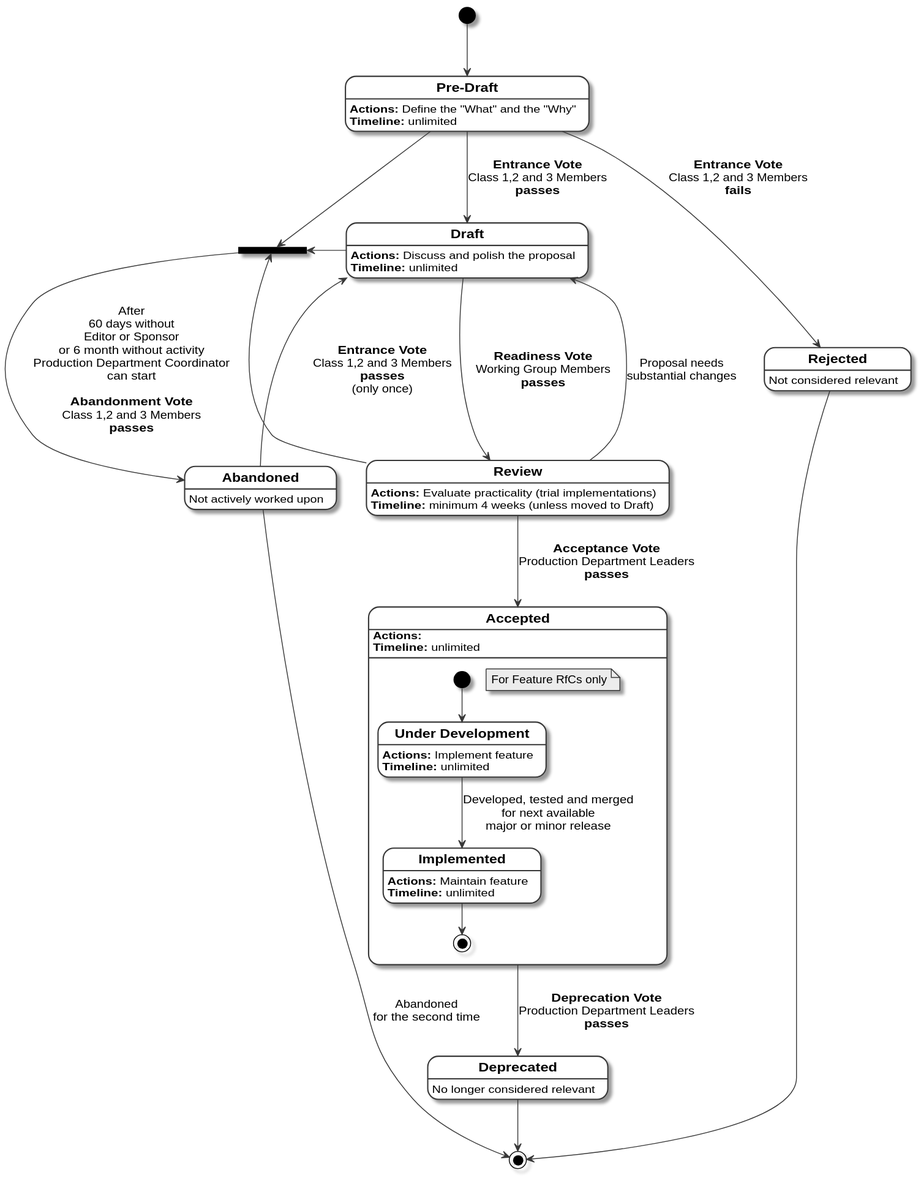
This is proposed/assets/rfc_workflow.svg from joomla/rfc, a PlantUML export, as it was before one commit.
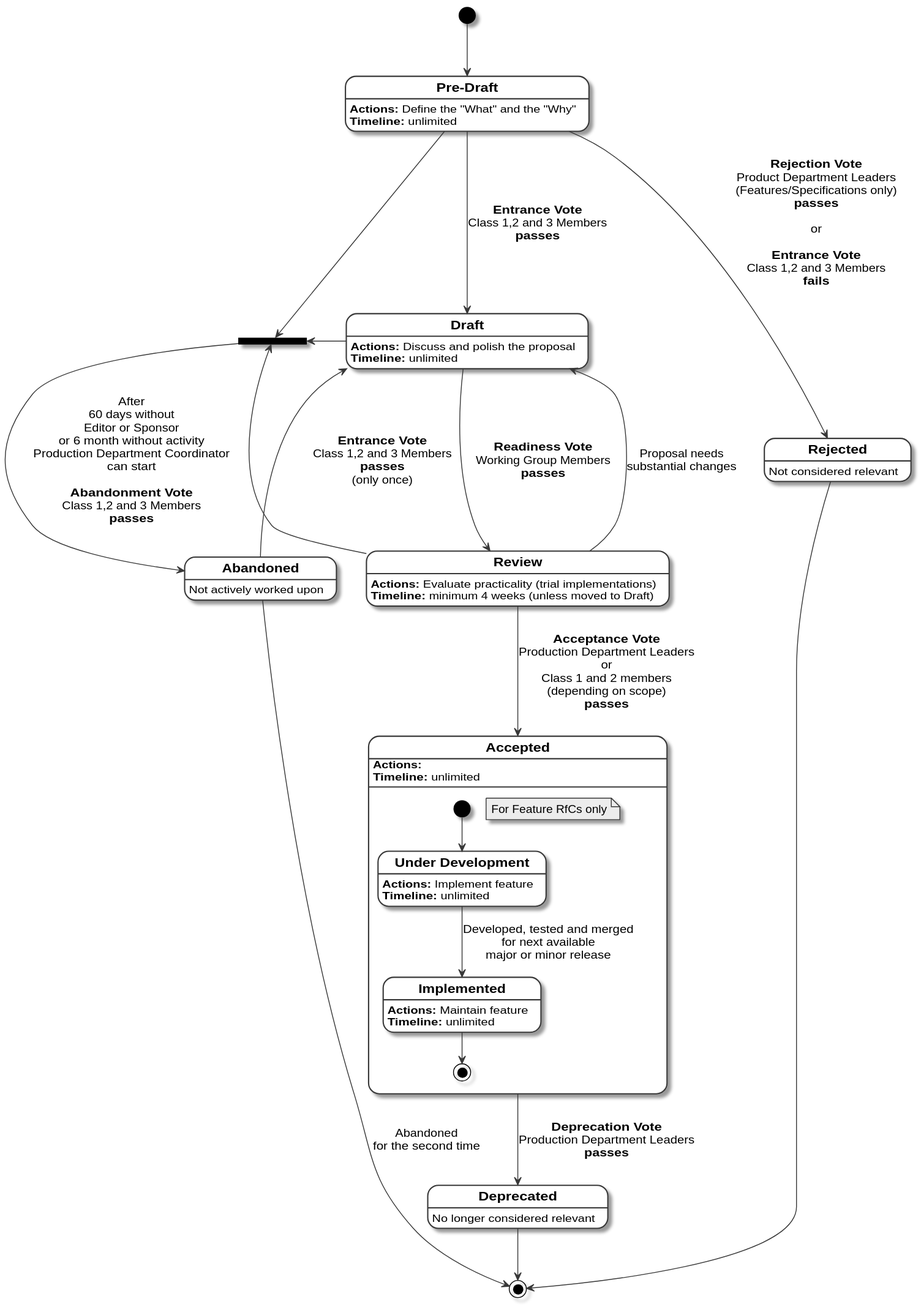
Later version of the same file.

Commit message:
Added Rejection Vote as an entrance barrier

What changed in the source:
```diff
@@ -45,12 +45,12 @@
 
 
 PreDraft --> Draft: **Entrance Vote**\nClass 1,2 and 3 Members\n**passes**
-PreDraft --> Rejected: **Entrance Vote**\nClass 1,2 and 3 Members\n**fails**
+PreDraft --> Rejected: **Rejection Vote**\nProduct Department Leaders\n(Features/Specifications only)\n**passes**\n\nor\n\n**Entrance Vote**\nClass 1,2 and 3 Members\n**fails**
 
 Draft --> Review: **Readiness Vote**\nWorking Group Members\n**passes**
 
 Review --> Draft: Proposal needs\nsubstantial changes
-Review --> Accepted: **Acceptance Vote**\nProduction Department Leaders\n**passes**
+Review --> Accepted: **Acceptance Vote**\nProduction Department Leaders\nor\nClass 1 and 2 members\n(depending on scope)\n**passes**
 
 Accepted --> Deprecated: **Deprecation Vote**\nProduction Department Leaders\n**passes**
 
```
